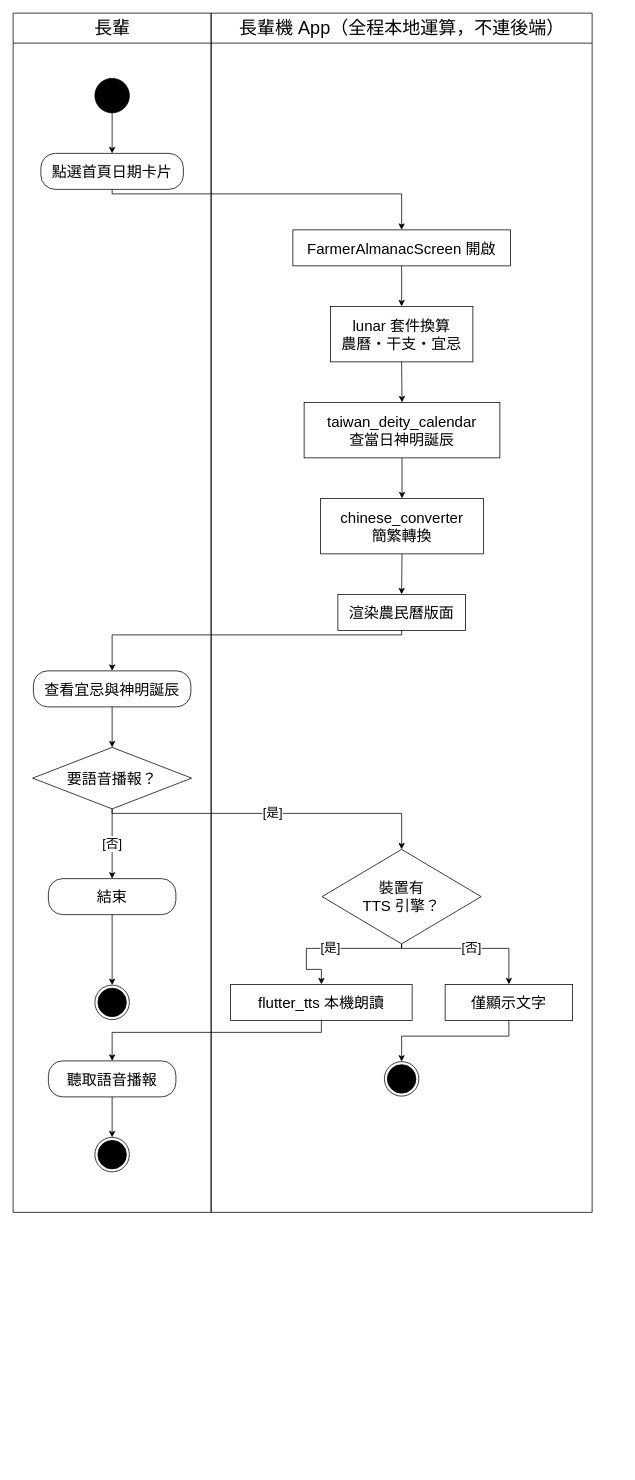
The draw.io diagram Uban System Documents/drawio圖/A08-生活工具.drawio in HuangYu-Kai/Uban, before the edit. Source tidied: cells renumbered, new cells numbered last; positions are measured from the earlier drawing's top-left corner, leaving out a move shared by most shapes. Both pictures are drawn from the tidied source at 75%, with x=0, y=0 at pixel (13, 13).
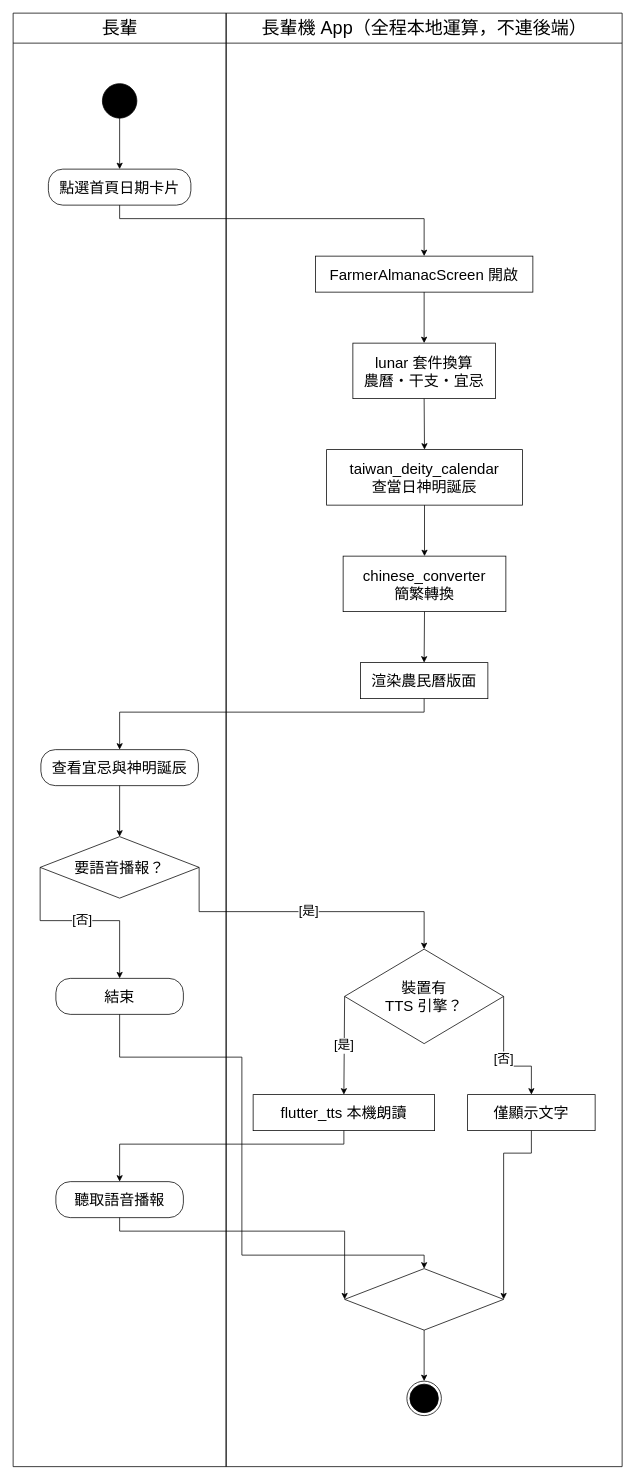
The same diagram, later.

What changed in the source:
```diff
@@
     <mxCell id="2" value="長輩" style="swimlane;html=1;horizontal=1;startSize=40;fillColor=none;strokeColor=#000000;fontSize=24;fontColor=#000000;fontStyle=0;swimlaneFillColor=none;" parent="1" vertex="1">
-      <mxGeometry width="264" height="1599" as="geometry" />
+      <mxGeometry width="284" height="1938" as="geometry" />
     </mxCell>
     <mxCell id="3" value="長輩機 App（全程本地運算，不連後端）" style="swimlane;html=1;horizontal=1;startSize=40;fillColor=none;strokeColor=#000000;fontSize=24;fontColor=#000000;fontStyle=0;swimlaneFillColor=none;" parent="1" vertex="1">
-      <mxGeometry x="264" width="508" height="1599" as="geometry" />
+      <mxGeometry x="284" width="528" height="1938" as="geometry" />
     </mxCell>
     <mxCell id="4" style="ellipse;html=1;fillColor=#000000;strokeColor=#000000;" parent="2" vertex="1">
-      <mxGeometry x="109" y="87" width="46" height="46" as="geometry" />
+      <mxGeometry x="119" y="94" width="46" height="46" as="geometry" />
     </mxCell>
     <mxCell id="5" value="點選首頁日期卡片" style="rounded=1;arcSize=40;whiteSpace=wrap;html=1;fillColor=#FFFFFF;strokeColor=#000000;fontSize=20;fontColor=#000000;" parent="2" vertex="1">
-      <mxGeometry x="37" y="187" width="190" height="48" as="geometry" />
+      <mxGeometry x="47" y="208" width="190" height="48" as="geometry" />
     </mxCell>
     <mxCell id="6" value="要語音播報？" style="rhombus;whiteSpace=wrap;html=1;fillColor=#FFFFFF;strokeColor=#000000;fontSize=20;fontColor=#000000;" parent="2" vertex="1">
-      <mxGeometry x="26" y="979" width="212" height="82" as="geometry" />
+      <mxGeometry x="36" y="1098" width="212" height="82" as="geometry" />
     </mxCell>
     <mxCell id="7" value="查看宜忌與神明誕辰" style="rounded=1;arcSize=40;whiteSpace=wrap;html=1;fillColor=#FFFFFF;strokeColor=#000000;fontSize=20;fontColor=#000000;" parent="2" vertex="1">
-      <mxGeometry x="27" y="877" width="210" height="48" as="geometry" />
+      <mxGeometry x="37" y="982" width="210" height="48" as="geometry" />
     </mxCell>
     <mxCell id="8" value="聽取語音播報" style="rounded=1;arcSize=40;whiteSpace=wrap;html=1;fillColor=#FFFFFF;strokeColor=#000000;fontSize=20;fontColor=#000000;" parent="2" vertex="1">
-      <mxGeometry x="47" y="1397" width="170" height="48" as="geometry" />
+      <mxGeometry x="57" y="1558" width="170" height="48" as="geometry" />
     </mxCell>
-    <mxCell id="9" style="ellipse;html=1;shape=endState;fillColor=#000000;strokeColor=#000000;" parent="2" vertex="1">
-      <mxGeometry x="109" y="1499" width="46" height="46" as="geometry" />
-    </mxCell>
     <mxCell id="10" value="結束" style="rounded=1;arcSize=40;whiteSpace=wrap;html=1;fillColor=#FFFFFF;strokeColor=#000000;fontSize=20;fontColor=#000000;" parent="2" vertex="1">
-      <mxGeometry x="47" y="1154" width="170" height="48" as="geometry" />
+      <mxGeometry x="57" y="1287" width="170" height="48" as="geometry" />
     </mxCell>
-    <mxCell id="11" style="ellipse;html=1;shape=endState;fillColor=#000000;strokeColor=#000000;" parent="2" vertex="1">
-      <mxGeometry x="109" y="1296" width="46" height="46" as="geometry" />
-    </mxCell>
     <mxCell id="12" value="FarmerAlmanacScreen 開啟" style="rounded=0;whiteSpace=wrap;html=1;fillColor=#FFFFFF;strokeColor=#000000;fontSize=20;fontColor=#000000;" parent="3" vertex="1">
-      <mxGeometry x="109" y="289" width="290" height="48" as="geometry" />
+      <mxGeometry x="119" y="324" width="290" height="48" as="geometry" />
     </mxCell>
     <mxCell id="13" value="lunar 套件換算&lt;br&gt;農曆・干支・宜忌" style="rounded=0;whiteSpace=wrap;html=1;fillColor=#FFFFFF;strokeColor=#000000;fontSize=20;fontColor=#000000;" parent="3" vertex="1">
-      <mxGeometry x="159" y="391" width="190" height="74" as="geometry" />
+      <mxGeometry x="169" y="440" width="190" height="74" as="geometry" />
     </mxCell>
     <mxCell id="14" value="taiwan_deity_calendar&lt;br&gt;查當日神明誕辰" style="rounded=0;whiteSpace=wrap;html=1;fillColor=#FFFFFF;strokeColor=#000000;fontSize=20;fontColor=#000000;" parent="3" vertex="1">
-      <mxGeometry x="124" y="519" width="261" height="74" as="geometry" />
+      <mxGeometry x="134" y="582" width="261" height="74" as="geometry" />
     </mxCell>
     <mxCell id="15" value="chinese_converter&lt;br&gt;簡繁轉換" style="rounded=0;whiteSpace=wrap;html=1;fillColor=#FFFFFF;strokeColor=#000000;fontSize=20;fontColor=#000000;" parent="3" vertex="1">
-      <mxGeometry x="146" y="647" width="217" height="74" as="geometry" />
+      <mxGeometry x="156" y="724" width="217" height="74" as="geometry" />
     </mxCell>
     <mxCell id="16" value="渲染農民曆版面" style="rounded=0;whiteSpace=wrap;html=1;fillColor=#FFFFFF;strokeColor=#000000;fontSize=20;fontColor=#000000;" parent="3" vertex="1">
-      <mxGeometry x="169" y="775" width="170" height="48" as="geometry" />
+      <mxGeometry x="179" y="866" width="170" height="48" as="geometry" />
     </mxCell>
     <mxCell id="17" value="flutter_tts 本機朗讀" style="rounded=0;whiteSpace=wrap;html=1;fillColor=#FFFFFF;strokeColor=#000000;fontSize=20;fontColor=#000000;" parent="3" vertex="1">
-      <mxGeometry x="26" y="1295" width="242" height="48" as="geometry" />
+      <mxGeometry x="36" y="1442" width="242" height="48" as="geometry" />
     </mxCell>
     <mxCell id="18" value="僅顯示文字" style="rounded=0;whiteSpace=wrap;html=1;fillColor=#FFFFFF;strokeColor=#000000;fontSize=20;fontColor=#000000;" parent="3" vertex="1">
-      <mxGeometry x="312" y="1295" width="170" height="48" as="geometry" />
+      <mxGeometry x="322" y="1442" width="170" height="48" as="geometry" />
     </mxCell>
-    <mxCell id="19" style="ellipse;html=1;shape=endState;fillColor=#000000;strokeColor=#000000;" parent="3" vertex="1">
-      <mxGeometry x="231" y="1398" width="46" height="46" as="geometry" />
-    </mxCell>
     <mxCell id="20" value="裝置有&lt;br&gt;TTS 引擎？" style="rhombus;whiteSpace=wrap;html=1;fillColor=#FFFFFF;strokeColor=#000000;fontSize=20;fontColor=#000000;" parent="3" vertex="1">
-      <mxGeometry x="148" y="1115" width="212" height="126" as="geometry" />
+      <mxGeometry x="158" y="1248" width="212" height="126" as="geometry" />
     </mxCell>
+    <mxCell id="37" style="rhombus;whiteSpace=wrap;html=1;fillColor=#FFFFFF;strokeColor=#000000;fontSize=20;fontColor=#000000;" parent="3" vertex="1">
+      <mxGeometry x="158" y="1674" width="212" height="82" as="geometry" />
+    </mxCell>
+    <mxCell id="38" style="ellipse;html=1;shape=endState;fillColor=#000000;strokeColor=#000000;" parent="3" vertex="1">
+      <mxGeometry x="241" y="1824" width="46" height="46" as="geometry" />
+    </mxCell>
@@
     <mxCell id="22" style="edgeStyle=none;rounded=0;html=1;strokeColor=#000000;fontSize=17;fontColor=#000000;labelBackgroundColor=#FFFFFF;endArrow=classic;endFill=1;exitPerimeter=0;entryPerimeter=0;exitX=0.5;exitY=1;exitDx=0;exitDy=0;entryX=0.5;entryY=0;entryDx=0;entryDy=0;" parent="1" edge="1" source="5" target="12">
       <mxGeometry relative="1" as="geometry">
         <Array as="points">
-          <mxPoint x="132" y="241" />
-          <mxPoint x="518" y="241" />
+          <mxPoint x="142" y="274" />
+          <mxPoint x="548" y="274" />
         </Array>
       </mxGeometry>
     </mxCell>
@@
     <mxCell id="27" style="edgeStyle=none;rounded=0;html=1;strokeColor=#000000;fontSize=17;fontColor=#000000;labelBackgroundColor=#FFFFFF;endArrow=classic;endFill=1;exitPerimeter=0;entryPerimeter=0;exitX=0.5;exitY=1;exitDx=0;exitDy=0;entryX=0.5;entryY=0;entryDx=0;entryDy=0;" parent="1" edge="1" source="16" target="7">
       <mxGeometry relative="1" as="geometry">
         <Array as="points">
-          <mxPoint x="518" y="829" />
-          <mxPoint x="132" y="829" />
+          <mxPoint x="548" y="932" />
+          <mxPoint x="142" y="932" />
         </Array>
       </mxGeometry>
     </mxCell>
@@
-    <mxCell id="29" value="[否]" style="edgeStyle=none;rounded=0;html=1;strokeColor=#000000;fontSize=17;fontColor=#000000;labelBackgroundColor=#FFFFFF;endArrow=classic;endFill=1;exitPerimeter=0;entryPerimeter=0;exitX=0.5;exitY=1;exitDx=0;exitDy=0;entryX=0.5;entryY=0;entryDx=0;entryDy=0;" parent="1" edge="1" source="6" target="10">
-      <mxGeometry relative="1" as="geometry" />
+    <mxCell id="29" value="[否]" style="edgeStyle=none;rounded=0;html=1;strokeColor=#000000;fontSize=17;fontColor=#000000;labelBackgroundColor=#FFFFFF;endArrow=classic;endFill=1;exitPerimeter=0;entryPerimeter=0;exitX=0;exitY=0.5;exitDx=0;exitDy=0;entryX=0.5;entryY=0;entryDx=0;entryDy=0;" parent="1" edge="1" source="6" target="10">
+      <mxGeometry relative="1" as="geometry">
+        <Array as="points">
+          <mxPoint x="36" y="1210" />
+          <mxPoint x="142" y="1210" />
+        </Array>
+      </mxGeometry>
     </mxCell>
-    <mxCell id="30" value="[是]" style="edgeStyle=none;rounded=0;html=1;strokeColor=#000000;fontSize=17;fontColor=#000000;labelBackgroundColor=#FFFFFF;endArrow=classic;endFill=1;exitPerimeter=0;entryPerimeter=0;exitX=0.5;exitY=1;exitDx=0;exitDy=0;entryX=0.5;entryY=0;entryDx=0;entryDy=0;" parent="1" edge="1" source="6" target="20">
+    <mxCell id="30" value="[是]" style="edgeStyle=none;rounded=0;html=1;strokeColor=#000000;fontSize=17;fontColor=#000000;labelBackgroundColor=#FFFFFF;endArrow=classic;endFill=1;exitPerimeter=0;entryPerimeter=0;exitX=1;exitY=0.5;exitDx=0;exitDy=0;entryX=0.5;entryY=0;entryDx=0;entryDy=0;" parent="1" edge="1" source="6" target="20">
       <mxGeometry relative="1" as="geometry">
         <Array as="points">
-          <mxPoint x="132" y="1067" />
-          <mxPoint x="518" y="1067" />
+          <mxPoint x="248" y="1198" />
+          <mxPoint x="548" y="1198" />
         </Array>
       </mxGeometry>
     </mxCell>
-    <mxCell id="31" value="[是]" style="edgeStyle=none;rounded=0;html=1;strokeColor=#000000;fontSize=17;fontColor=#000000;labelBackgroundColor=#FFFFFF;endArrow=classic;endFill=1;exitPerimeter=0;entryPerimeter=0;exitX=0.5;exitY=1;exitDx=0;exitDy=0;entryX=0.5;entryY=0;entryDx=0;entryDy=0;" parent="1" edge="1" source="20" target="17">
-      <mxGeometry relative="1" as="geometry">
-        <Array as="points">
-          <mxPoint x="518" y="1247" />
-          <mxPoint x="391" y="1247" />
-          <mxPoint x="391" y="1275" />
-          <mxPoint x="411" y="1275" />
-        </Array>
-      </mxGeometry>
+    <mxCell id="31" value="[是]" style="edgeStyle=none;rounded=0;html=1;strokeColor=#000000;fontSize=17;fontColor=#000000;labelBackgroundColor=#FFFFFF;endArrow=classic;endFill=1;exitPerimeter=0;entryPerimeter=0;exitX=0;exitY=0.5;exitDx=0;exitDy=0;entryX=0.5;entryY=0;entryDx=0;entryDy=0;" parent="1" edge="1" source="20" target="17">
+      <mxGeometry relative="1" as="geometry" />
     </mxCell>
     <mxCell id="32" style="edgeStyle=none;rounded=0;html=1;strokeColor=#000000;fontSize=17;fontColor=#000000;labelBackgroundColor=#FFFFFF;endArrow=classic;endFill=1;exitPerimeter=0;entryPerimeter=0;exitX=0.5;exitY=1;exitDx=0;exitDy=0;entryX=0.5;entryY=0;entryDx=0;entryDy=0;" parent="1" edge="1" source="17" target="8">
       <mxGeometry relative="1" as="geometry">
         <Array as="points">
-          <mxPoint x="411" y="1359" />
-          <mxPoint x="132" y="1359" />
+          <mxPoint x="441" y="1508" />
+          <mxPoint x="142" y="1508" />
         </Array>
       </mxGeometry>
     </mxCell>
-    <mxCell id="33" value="[否]" style="edgeStyle=none;rounded=0;html=1;strokeColor=#000000;fontSize=17;fontColor=#000000;labelBackgroundColor=#FFFFFF;endArrow=classic;endFill=1;exitPerimeter=0;entryPerimeter=0;exitX=0.5;exitY=1;exitDx=0;exitDy=0;entryX=0.5;entryY=0;entryDx=0;entryDy=0;" parent="1" edge="1" source="20" target="18">
+    <mxCell id="33" value="[否]" style="edgeStyle=none;rounded=0;html=1;strokeColor=#000000;fontSize=17;fontColor=#000000;labelBackgroundColor=#FFFFFF;endArrow=classic;endFill=1;exitPerimeter=0;entryPerimeter=0;exitX=1;exitY=0.5;exitDx=0;exitDy=0;entryX=0.5;entryY=0;entryDx=0;entryDy=0;" parent="1" edge="1" source="20" target="18">
       <mxGeometry relative="1" as="geometry">
         <Array as="points">
-          <mxPoint x="518" y="1247" />
-          <mxPoint x="661" y="1247" />
+          <mxPoint x="654" y="1404" />
+          <mxPoint x="691" y="1404" />
         </Array>
       </mxGeometry>
     </mxCell>
-    <mxCell id="34" style="edgeStyle=none;rounded=0;html=1;strokeColor=#000000;fontSize=17;fontColor=#000000;labelBackgroundColor=#FFFFFF;endArrow=classic;endFill=1;exitPerimeter=0;entryPerimeter=0;exitX=0.5;exitY=1;exitDx=0;exitDy=0;entryX=0.5;entryY=0;entryDx=0;entryDy=0;" parent="1" edge="1" source="8" target="9">
-      <mxGeometry relative="1" as="geometry" />
+    <mxCell id="34" style="edgeStyle=none;rounded=0;html=1;strokeColor=#000000;fontSize=17;fontColor=#000000;labelBackgroundColor=#FFFFFF;endArrow=classic;endFill=1;exitPerimeter=0;entryPerimeter=0;exitX=0.5;exitY=1;exitDx=0;exitDy=0;entryX=0;entryY=0.5;entryDx=0;entryDy=0;" parent="1" edge="1" source="8" target="37">
+      <mxGeometry relative="1" as="geometry">
+        <Array as="points">
+          <mxPoint x="142" y="1624" />
+          <mxPoint x="442" y="1624" />
+        </Array>
+      </mxGeometry>
     </mxCell>
-    <mxCell id="35" style="edgeStyle=none;rounded=0;html=1;strokeColor=#000000;fontSize=17;fontColor=#000000;labelBackgroundColor=#FFFFFF;endArrow=classic;endFill=1;exitPerimeter=0;entryPerimeter=0;exitX=0.5;exitY=1;exitDx=0;exitDy=0;entryX=0.5;entryY=0;entryDx=0;entryDy=0;" parent="1" edge="1" source="10" target="11">
-      <mxGeometry relative="1" as="geometry" />
+    <mxCell id="35" style="edgeStyle=none;rounded=0;html=1;strokeColor=#000000;fontSize=17;fontColor=#000000;labelBackgroundColor=#FFFFFF;endArrow=classic;endFill=1;exitPerimeter=0;entryPerimeter=0;exitX=0.5;exitY=1;exitDx=0;exitDy=0;entryX=0.5;entryY=0;entryDx=0;entryDy=0;" parent="1" edge="1" source="10" target="37">
+      <mxGeometry relative="1" as="geometry">
+        <Array as="points">
+          <mxPoint x="142" y="1392" />
+          <mxPoint x="305" y="1392" />
+          <mxPoint x="305" y="1656" />
+          <mxPoint x="548" y="1656" />
+        </Array>
+      </mxGeometry>
     </mxCell>
-    <mxCell id="36" style="edgeStyle=none;rounded=0;html=1;strokeColor=#000000;fontSize=17;fontColor=#000000;labelBackgroundColor=#FFFFFF;endArrow=classic;endFill=1;exitPerimeter=0;entryPerimeter=0;exitX=0.5;exitY=1;exitDx=0;exitDy=0;entryX=0.5;entryY=0;entryDx=0;entryDy=0;" parent="1" edge="1" source="18" target="19">
+    <mxCell id="36" style="edgeStyle=none;rounded=0;html=1;strokeColor=#000000;fontSize=17;fontColor=#000000;labelBackgroundColor=#FFFFFF;endArrow=classic;endFill=1;exitPerimeter=0;entryPerimeter=0;exitX=0.5;exitY=1;exitDx=0;exitDy=0;entryX=1;entryY=0.5;entryDx=0;entryDy=0;" parent="1" edge="1" source="18" target="37">
       <mxGeometry relative="1" as="geometry">
         <Array as="points">
-          <mxPoint x="661" y="1364" />
-          <mxPoint x="518" y="1364" />
+          <mxPoint x="691" y="1520" />
+          <mxPoint x="654" y="1520" />
         </Array>
       </mxGeometry>
     </mxCell>
+    <mxCell id="39" style="edgeStyle=none;rounded=0;html=1;strokeColor=#000000;fontSize=17;fontColor=#000000;labelBackgroundColor=#FFFFFF;endArrow=classic;endFill=1;exitPerimeter=0;entryPerimeter=0;exitX=0.5;exitY=1;exitDx=0;exitDy=0;entryX=0.5;entryY=0;entryDx=0;entryDy=0;" parent="1" edge="1" source="37" target="38">
+      <mxGeometry relative="1" as="geometry" />
+    </mxCell>
```
